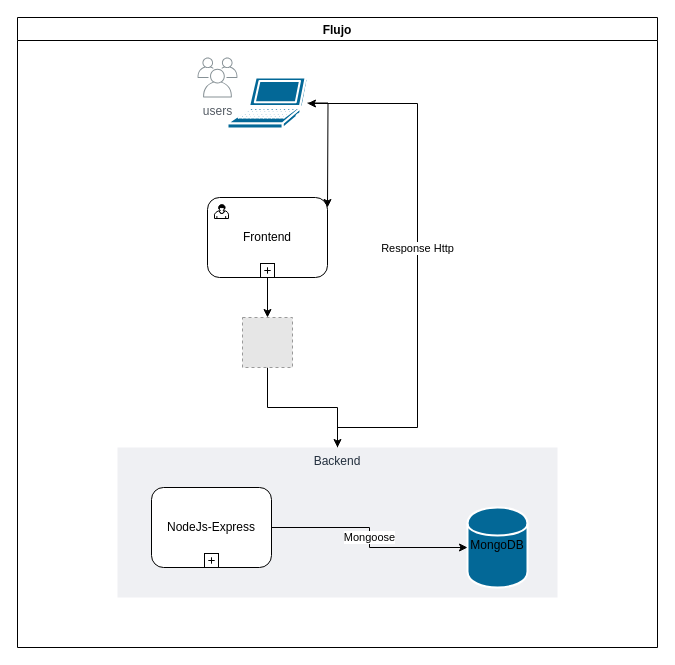
Earlier version of the draw.io diagram Diagram2.drawio (jaime-tellez/repo-prueba). Source tidied: cells renumbered, new cells numbered last; positions are measured from the earlier drawing's top-left corner, leaving out a move shared by most shapes. Both pictures are drawn from the tidied source at 100%, with x=0, y=0 at pixel (17, 17). Pictures stored in the file or linked from it are replaced by grey dashed boxes.
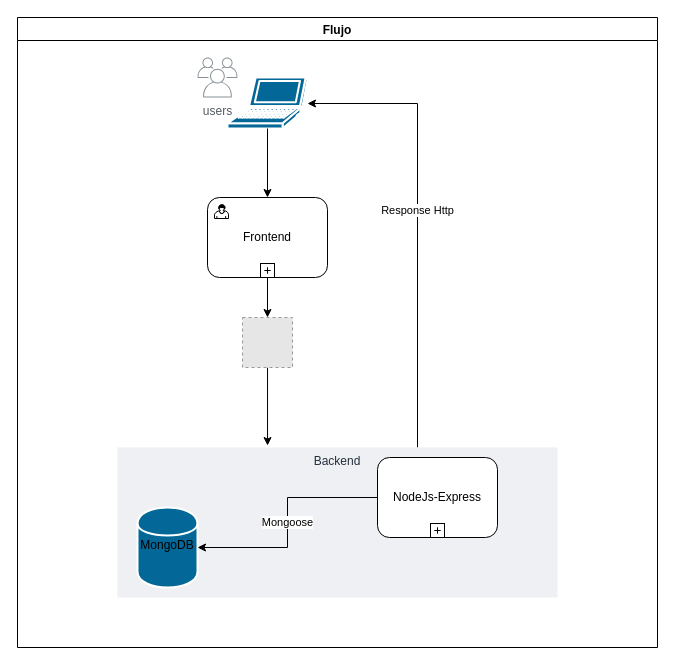
The same diagram, later.

Unchanged cells that the change refers to:
```xml
<mxCell id="2" value="Flujo" style="swimlane;startSize=23;" parent="1" vertex="1">
  <mxGeometry width="640" height="630" as="geometry" />
</mxCell>
<mxCell id="5" value="Backend&#10;" style="fillColor=#EFF0F3;strokeColor=none;dashed=0;verticalAlign=top;fontStyle=0;fontColor=#232F3D;" parent="2" vertex="1">
  <mxGeometry x="100" y="430" width="440" height="150" as="geometry" />
</mxCell>
<mxCell id="6" style="shape=mxgraph.cisco.computers_and_peripherals.laptop;html=1;dashed=0;fillColor=#036897;strokeColor=#ffffff;strokeWidth=2;verticalLabelPosition=bottom;verticalAlign=top;align=center;outlineConnect=0;" parent="2" vertex="1">
  <mxGeometry x="210" y="60" width="80" height="51" as="geometry" />
</mxCell>
<mxCell id="12" style="fillColor=#E6E6E6;strokeColor=#999999;dashed=1;html=1;verticalAlign=top;verticalLabelPosition=bottom;labelBackgroundColor=#ffffff;" parent="2" vertex="1">
  <mxGeometry x="225" y="300" width="50" height="50" as="geometry" />
</mxCell>
<mxCell id="14" value="Frontend" style="html=1;whiteSpace=wrap;rounded=1;" parent="2" vertex="1">
  <mxGeometry x="190" y="180" width="120" height="80" as="geometry" />
</mxCell>
```

Diff of the diagram source:
```diff
@@
     <mxCell id="3" style="edgeStyle=orthogonalEdgeStyle;rounded=0;jettySize=auto;html=1;" parent="2" edge="1" source="5" target="6">
       <mxGeometry relative="1" as="geometry">
         <Array as="points">
-          <mxPoint x="320" y="410" />
-          <mxPoint x="400" y="410" />
           <mxPoint x="400" y="86" />
         </Array>
       </mxGeometry>
     </mxCell>
@@
     <mxCell id="7" value="&lt;div&gt;MongoDB&lt;/div&gt;&lt;div&gt;&lt;br&gt;&lt;/div&gt;" style="shape=cylinder;whiteSpace=wrap;html=1;boundedLbl=1;backgroundOutline=1;dashed=0;verticalAlign=top;strokeColor=#ffffff;strokeWidth=2;fillColor=#036897;" parent="2" vertex="1">
-      <mxGeometry x="450" y="490" width="60" height="80" as="geometry" />
+      <mxGeometry x="120" y="490" width="60" height="80" as="geometry" />
     </mxCell>
@@
-    <mxCell id="11" style="edgeStyle=orthogonalEdgeStyle;rounded=0;jettySize=auto;html=1;entryX=0.5;entryY=0;entryDx=0;entryDy=0;" parent="2" edge="1" source="12" target="5">
+    <mxCell id="11" style="edgeStyle=orthogonalEdgeStyle;rounded=0;jettySize=auto;html=1;entryX=0.341;entryY=-0.013;entryDx=0;entryDy=0;entryPerimeter=0;" parent="2" edge="1" source="12" target="5">
       <mxGeometry relative="1" as="geometry" />
     </mxCell>
@@
     <mxCell id="17" value="&lt;div&gt;NodeJs-Express&lt;/div&gt;" style="html=1;whiteSpace=wrap;rounded=1;" parent="2" vertex="1">
-      <mxGeometry x="134" y="470" width="120" height="80" as="geometry" />
+      <mxGeometry x="360" y="440" width="120" height="80" as="geometry" />
     </mxCell>
@@
-    <mxCell id="19" style="edgeStyle=orthogonalEdgeStyle;rounded=0;jettySize=auto;html=1;" parent="1" edge="1" source="6">
-      <mxGeometry relative="1" as="geometry">
-        <mxPoint x="310" y="190" as="targetPoint" />
-      </mxGeometry>
+    <mxCell id="19" style="edgeStyle=orthogonalEdgeStyle;rounded=0;jettySize=auto;html=1;entryX=0.5;entryY=0;entryDx=0;entryDy=0;" parent="2" edge="1" source="6" target="14">
+      <mxGeometry relative="1" as="geometry" />
     </mxCell>
```
